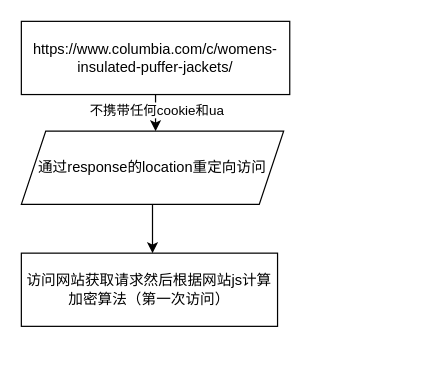
This is woPdiuXdeBYPASS.drawio from MapleJourney/diagram, a draw.io file, before an edit. Source tidied: cells renumbered, new cells numbered last; positions are measured from the earlier drawing's top-left corner, leaving out a move shared by most shapes. Both pictures are drawn from the tidied source at 122%, with x=0, y=0 at pixel (21, 21). Pictures stored in the file or linked from it are replaced by grey dashed boxes.
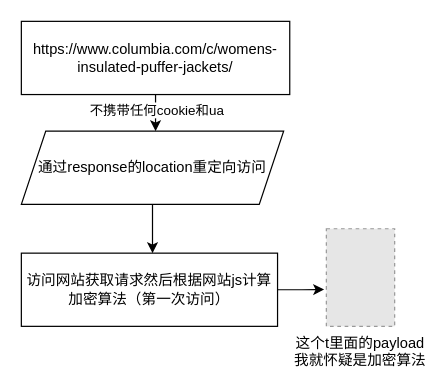
After the change.

What changed in the source:
```diff
@@
 <mxGraphModel>
   <root>
     <mxCell id="0" />
     <mxCell id="1" parent="0" />
     <mxCell id="2" style="edgeStyle=orthogonalEdgeStyle;rounded=0;jettySize=auto;html=1;" parent="1" edge="1" source="4">
       <mxGeometry relative="1" as="geometry">
         <mxPoint x="110" y="90" as="targetPoint" />
       </mxGeometry>
     </mxCell>
     <mxCell id="3" value="不携带任何cookie和ua" style="edgeLabel;html=1;align=center;verticalAlign=middle;" parent="2" vertex="1">
       <mxGeometry x="-0.19" relative="1" as="geometry" />
     </mxCell>
     <mxCell id="4" value="https://www.columbia.com/c/womens-insulated-puffer-jackets/" style="rounded=0;whiteSpace=wrap;html=1;" parent="1" vertex="1">
       <mxGeometry width="220" height="60" as="geometry" />
     </mxCell>
     <mxCell id="5" style="edgeStyle=orthogonalEdgeStyle;rounded=0;jettySize=auto;html=1;" parent="1" edge="1" source="6">
       <mxGeometry relative="1" as="geometry">
         <mxPoint x="107.5" y="190" as="targetPoint" />
       </mxGeometry>
     </mxCell>
     <mxCell id="6" value="通过response的location重定向访问" style="shape=parallelogram;perimeter=parallelogramPerimeter;whiteSpace=wrap;html=1;fixedSize=1;" parent="1" vertex="1">
       <mxGeometry y="90" width="215" height="60" as="geometry" />
     </mxCell>
     <mxCell id="7" value="访问网站获取请求然后根据网站js计算加密算法（第一次访问）" style="rounded=0;whiteSpace=wrap;html=1;" parent="1" vertex="1">
       <mxGeometry y="190" width="210" height="60" as="geometry" />
     </mxCell>
+    <mxCell id="8" value="这个t里面的payload&#10;我就怀疑是加密算法" style="fillColor=#E6E6E6;strokeColor=#999999;dashed=1;verticalLabelPosition=bottom;verticalAlign=top;" parent="1" vertex="1">
+      <mxGeometry x="250" y="170" width="56" height="80" as="geometry" />
+    </mxCell>
+    <mxCell id="9" style="edgeStyle=orthogonalEdgeStyle;rounded=0;jettySize=auto;html=1;entryX=-0.032;entryY=0.623;entryDx=0;entryDy=0;entryPerimeter=0;" parent="1" edge="1" source="7" target="8">
+      <mxGeometry relative="1" as="geometry" />
+    </mxCell>
   </root>
 </mxGraphModel>
```
